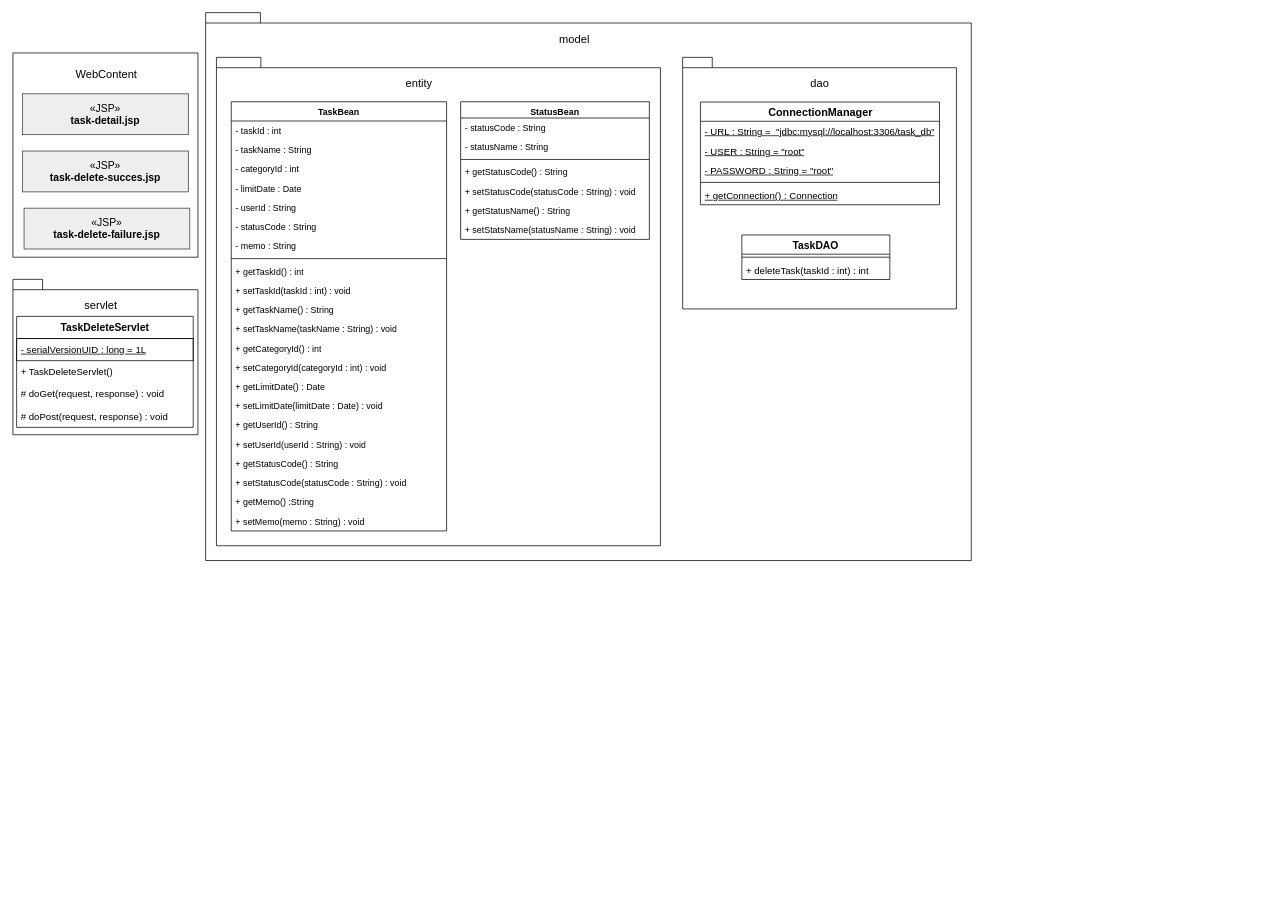
This is design/class-diagram/詳細クラス図_タスク削除機能.drawio from comsize-honiden/TaskManager62, a draw.io file, before an edit. Source tidied: cells renumbered, new cells numbered last; positions are measured from the earlier drawing's top-left corner, leaving out a move shared by most shapes. Both pictures are drawn from the tidied source at 74%, with x=0, y=0 at pixel (13, 13).
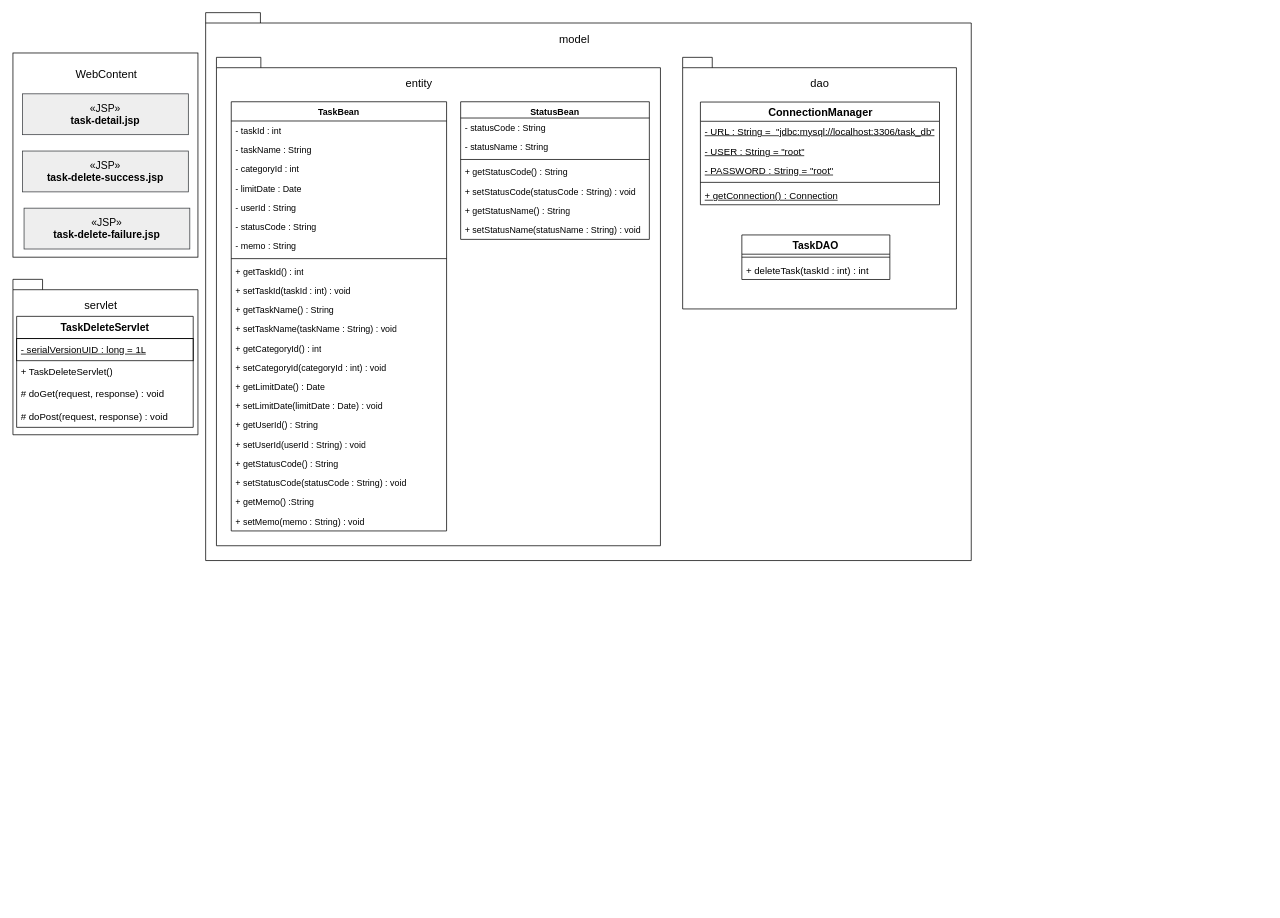
Above is the later version.

Commit message:
更新　誤字の修正

The change refers to these unchanged cells:
```xml
<mxCell id="3" style="group;" parent="2" vertex="1">
  <mxGeometry y="10" width="250" height="320" as="geometry" />
</mxCell>
<mxCell id="22" value="StatusBean" style="swimlane;fontStyle=1;align=center;verticalAlign=top;horizontal=1;startSize=22;whiteSpace=wrap;html=1;" parent="18" vertex="1">
  <mxGeometry x="330" y="60" width="255" height="186" as="geometry" />
</mxCell>
```

The edit, as a diff of the source:
```diff
@@
-    <mxCell id="7" value="&lt;font style=&quot;font-size: 14px;&quot;&gt;«JSP»&lt;br&gt;&lt;b style=&quot;&quot;&gt;task-delete-succes.jsp&lt;/b&gt;&lt;/font&gt;" style="html=1;whiteSpace=wrap;fillColor=#eeeeee;strokeColor=#36393d;" parent="3" vertex="1">
+    <mxCell id="7" value="&lt;font style=&quot;font-size: 14px;&quot;&gt;«JSP»&lt;br&gt;&lt;b style=&quot;&quot;&gt;task-delete-success.jsp&lt;/b&gt;&lt;/font&gt;" style="html=1;whiteSpace=wrap;fillColor=#eeeeee;strokeColor=#36393d;" parent="3" vertex="1">
       <mxGeometry x="13" y="176.6" width="224" height="55.2" as="geometry" />
     </mxCell>
@@
-    <mxCell id="29" value="+ setStatsName(statusName : String) : void" style="text;strokeColor=none;fillColor=none;align=left;verticalAlign=top;spacingLeft=4;spacingRight=4;overflow=hidden;whiteSpace=wrap;html=1;" parent="22" vertex="1">
+    <mxCell id="29" value="+ setStatusName(statusName : String) : void" style="text;strokeColor=none;fillColor=none;align=left;verticalAlign=top;spacingLeft=4;spacingRight=4;overflow=hidden;whiteSpace=wrap;html=1;" parent="22" vertex="1">
       <mxGeometry y="160" width="255" height="26" as="geometry" />
     </mxCell>
```
